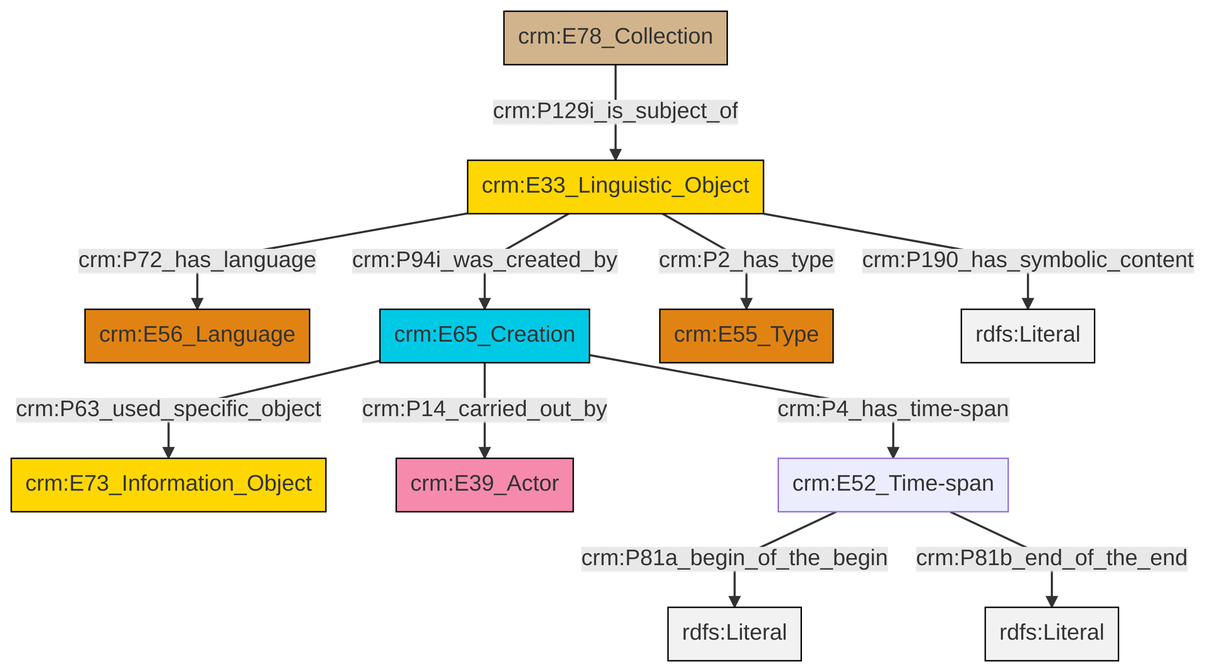
swiss-art-research-net/docs.swissartresearch keeps this Mermaid diagram as et/archivalCSV/ttl/mmd/png/archival_desc.png. Above is the earlier version. Its source is kept beside it as et/archivalCSV/ttl/mmd/archival_desc.ttl.mmd.
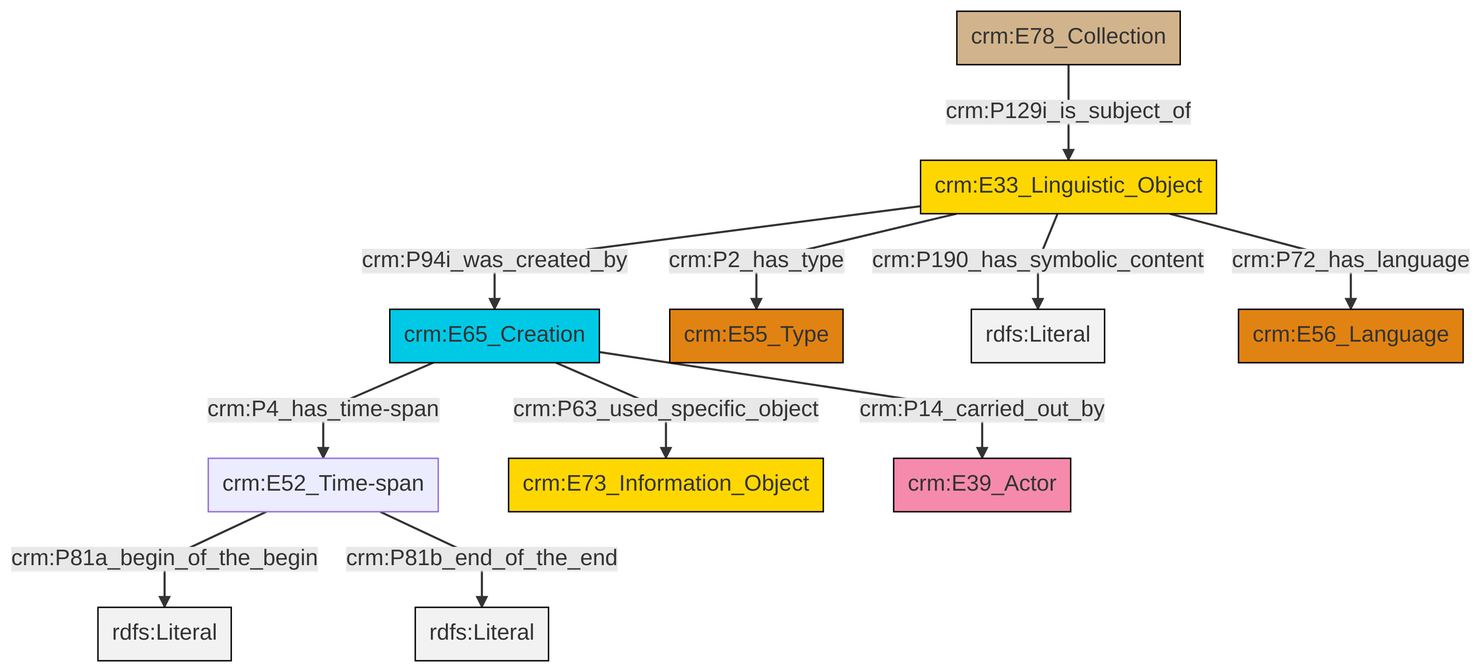
The same file after the commit.

Change to the diagram source:
```diff
@@ -13,13 +13,13 @@
 classDef PC_Classes fill:#4ce600, stroke:#000000;
 classDef Multi fill:#cccccc,stroke:#000000;
 
-0["crm:E33_Linguistic_Object"]:::Conceptual_Object -->|crm:P72_has_language| 1["crm:E56_Language"]:::Type
-0["crm:E33_Linguistic_Object"]:::Conceptual_Object -->|crm:P94i_was_created_by| 2["crm:E65_Creation"]:::Temporal_Entity
-7["crm:E78_Collection"]:::Physical_Thing -->|crm:P129i_is_subject_of| 0["crm:E33_Linguistic_Object"]:::Conceptual_Object
-2["crm:E65_Creation"]:::Temporal_Entity -->|crm:P63_used_specific_object| 8["crm:E73_Information_Object"]:::Conceptual_Object
-2["crm:E65_Creation"]:::Temporal_Entity -->|crm:P14_carried_out_by| 11["crm:E39_Actor"]:::Actor
-2["crm:E65_Creation"]:::Temporal_Entity -->|crm:P4_has_time-span| 12["crm:E52_Time-span"]:::Default
-12["crm:E52_Time-span"]:::Default -->|crm:P81a_begin_of_the_begin| 13[rdfs:Literal]:::Literal
-0["crm:E33_Linguistic_Object"]:::Conceptual_Object -->|crm:P2_has_type| 4["crm:E55_Type"]:::Type
-0["crm:E33_Linguistic_Object"]:::Conceptual_Object -->|crm:P190_has_symbolic_content| 14[rdfs:Literal]:::Literal
-12["crm:E52_Time-span"]:::Default -->|crm:P81b_end_of_the_end| 16[rdfs:Literal]:::Literal
+0["crm:E78_Collection"]:::Physical_Thing -->|crm:P129i_is_subject_of| 1["crm:E33_Linguistic_Object"]:::Conceptual_Object
+1["crm:E33_Linguistic_Object"]:::Conceptual_Object -->|crm:P94i_was_created_by| 2["crm:E65_Creation"]:::Temporal_Entity
+5["crm:E52_Time-span"]:::Default -->|crm:P81a_begin_of_the_begin| 7[rdfs:Literal]:::Literal
+1["crm:E33_Linguistic_Object"]:::Conceptual_Object -->|crm:P2_has_type| 8["crm:E55_Type"]:::Type
+2["crm:E65_Creation"]:::Temporal_Entity -->|crm:P14_carried_out_by| 12["crm:E39_Actor"]:::Actor
+1["crm:E33_Linguistic_Object"]:::Conceptual_Object -->|crm:P190_has_symbolic_content| 13[rdfs:Literal]:::Literal
+2["crm:E65_Creation"]:::Temporal_Entity -->|crm:P4_has_time-span| 5["crm:E52_Time-span"]:::Default
+2["crm:E65_Creation"]:::Temporal_Entity -->|crm:P63_used_specific_object| 10["crm:E73_Information_Object"]:::Conceptual_Object
+5["crm:E52_Time-span"]:::Default -->|crm:P81b_end_of_the_end| 17[rdfs:Literal]:::Literal
+1["crm:E33_Linguistic_Object"]:::Conceptual_Object -->|crm:P72_has_language| 15["crm:E56_Language"]:::Type
```
